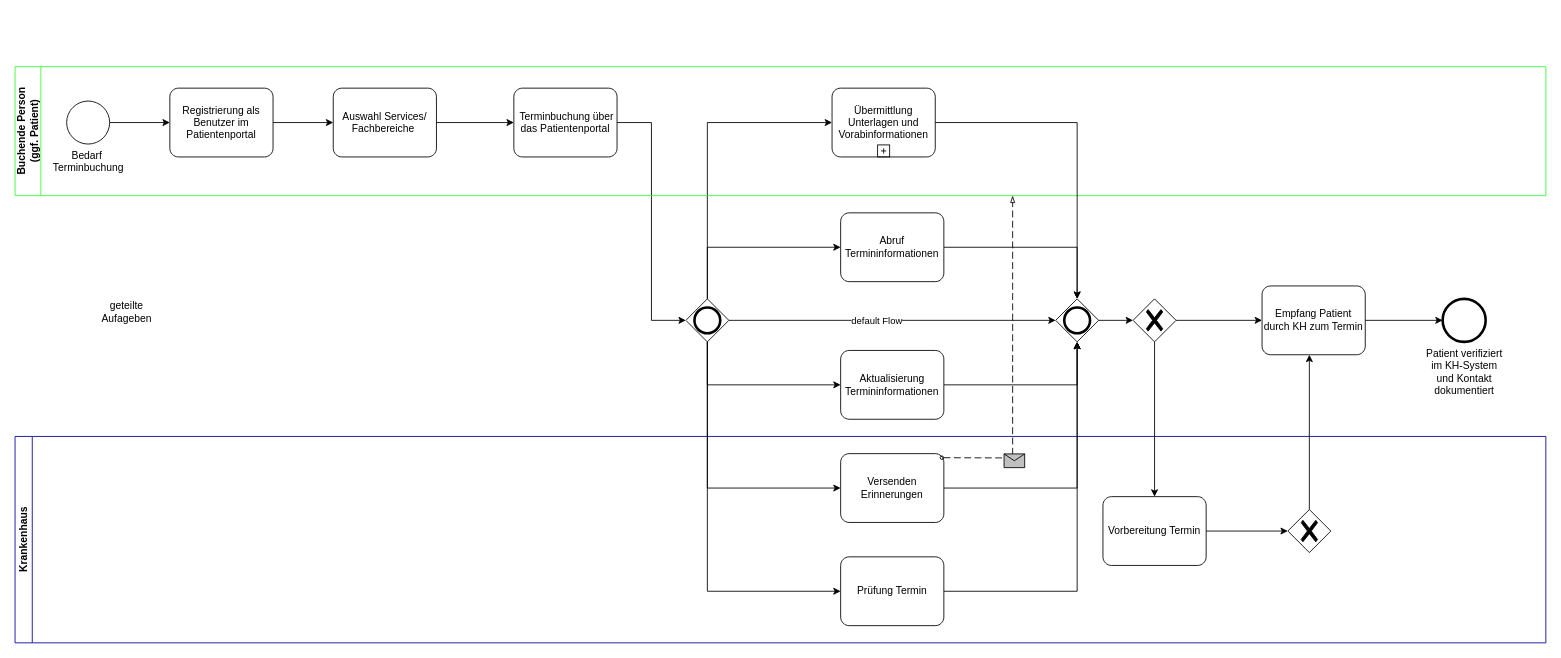
The draw.io diagram Material/Terminplanung/images/diagrams/buchung-termin-portal.drawio.xml in gematik/spec-ISiK-Basismodul, before the edit. Source tidied: cells renumbered, new cells numbered last; positions are measured from the earlier drawing's top-left corner, leaving out a move shared by most shapes. Both pictures are drawn from the tidied source at 86%, with x=0, y=0 at pixel (15, 66).
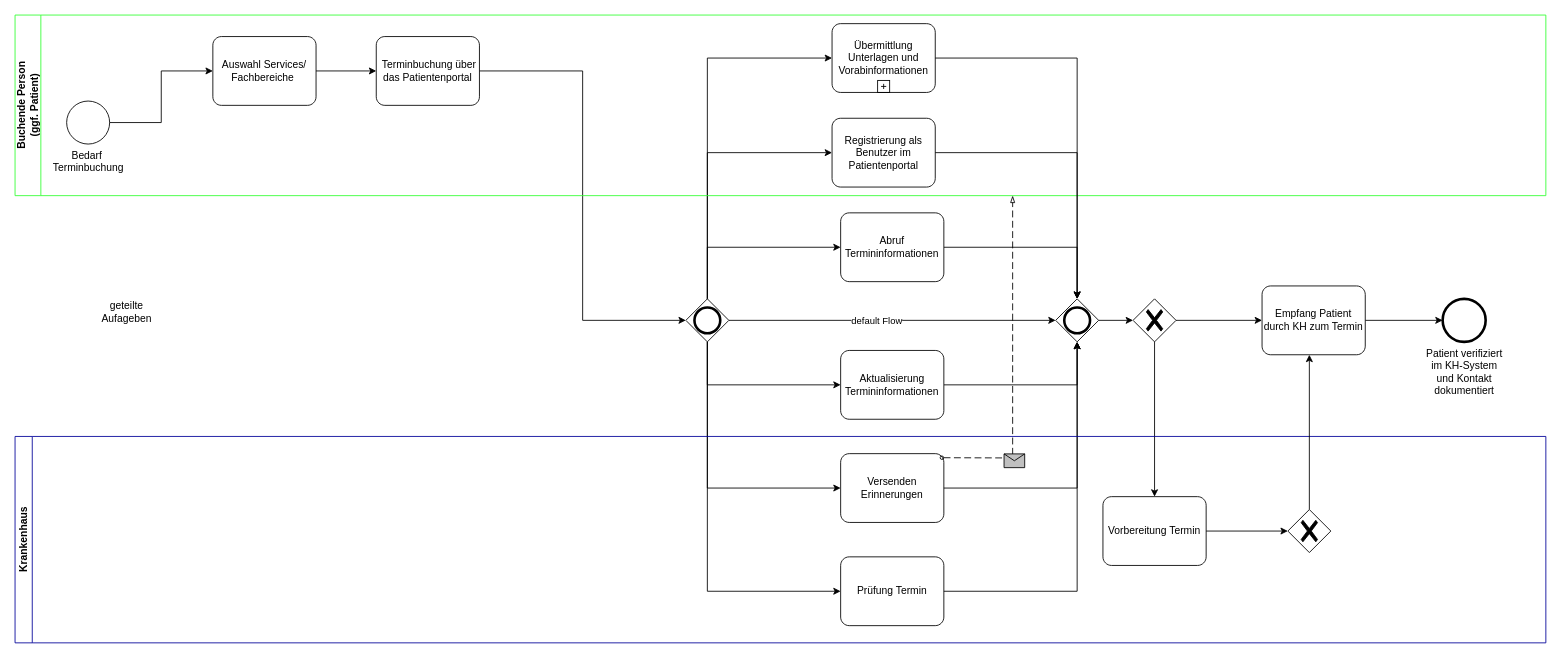
Above is the later version.

Commit message (it also covers changes not shown here):
Stufe - 5 Termin - Change registration order for sequence (#764)

The change refers to these unchanged cells:
```xml
<mxCell id="3" value="&lt;div&gt;Bedarf&amp;nbsp;&lt;/div&gt;&lt;div&gt;Terminbuchung&lt;/div&gt;" style="points=[[0.145,0.145,0],[0.5,0,0],[0.855,0.145,0],[1,0.5,0],[0.855,0.855,0],[0.5,1,0],[0.145,0.855,0],[0,0.5,0]];shape=mxgraph.bpmn.event;html=1;verticalLabelPosition=bottom;labelBackgroundColor=#ffffff;verticalAlign=top;align=center;perimeter=ellipsePerimeter;outlineConnect=0;outline=standard;symbol=general;" parent="1" vertex="1">
  <mxGeometry x="60" y="40" width="50" height="50" as="geometry" />
</mxCell>
<mxCell id="14" style="points=[[0.25,0.25,0],[0.5,0,0],[0.75,0.25,0],[1,0.5,0],[0.75,0.75,0],[0.5,1,0],[0.25,0.75,0],[0,0.5,0]];shape=mxgraph.bpmn.gateway2;html=1;verticalLabelPosition=bottom;labelBackgroundColor=#ffffff;verticalAlign=top;align=center;perimeter=rhombusPerimeter;outlineConnect=0;outline=end;symbol=general;" parent="1" vertex="1">
  <mxGeometry x="780" y="270" width="50" height="50" as="geometry" />
</mxCell>
<mxCell id="16" value="Versenden Erinnerungen" style="points=[[0.25,0,0],[0.5,0,0],[0.75,0,0],[1,0.25,0],[1,0.5,0],[1,0.75,0],[0.75,1,0],[0.5,1,0],[0.25,1,0],[0,0.75,0],[0,0.5,0],[0,0.25,0]];shape=mxgraph.bpmn.task;whiteSpace=wrap;rectStyle=rounded;size=10;html=1;taskMarker=abstract;" parent="1" vertex="1">
  <mxGeometry x="960" y="450" width="120" height="80" as="geometry" />
</mxCell>
<mxCell id="28" style="points=[[0.25,0.25,0],[0.5,0,0],[0.75,0.25,0],[1,0.5,0],[0.75,0.75,0],[0.5,1,0],[0.25,0.75,0],[0,0.5,0]];shape=mxgraph.bpmn.gateway2;html=1;verticalLabelPosition=bottom;labelBackgroundColor=#ffffff;verticalAlign=top;align=center;perimeter=rhombusPerimeter;outlineConnect=0;outline=end;symbol=general;" parent="1" vertex="1">
  <mxGeometry x="1210" y="270" width="50" height="50" as="geometry" />
</mxCell>
```

What changed in the source:
```diff
@@
-    <mxCell id="2" style="edgeStyle=orthogonalEdgeStyle;rounded=0;jettySize=auto;html=1;exitX=1;exitY=0.5;exitDx=0;exitDy=0;exitPerimeter=0;" parent="1" edge="1" source="3" target="4">
-      <mxGeometry relative="1" as="geometry" />
-    </mxCell>
@@
-    <mxCell id="4" value="Registrierung als Benutzer im Patientenportal" style="points=[[0.25,0,0],[0.5,0,0],[0.75,0,0],[1,0.25,0],[1,0.5,0],[1,0.75,0],[0.75,1,0],[0.5,1,0],[0.25,1,0],[0,0.75,0],[0,0.5,0],[0,0.25,0]];shape=mxgraph.bpmn.task;whiteSpace=wrap;rectStyle=rounded;size=10;html=1;taskMarker=abstract;" parent="1" vertex="1">
-      <mxGeometry x="180" y="25" width="120" height="80" as="geometry" />
-    </mxCell>
-    <mxCell id="5" value="Auswahl Services/ Fachbereiche&amp;nbsp;" style="points=[[0.25,0,0],[0.5,0,0],[0.75,0,0],[1,0.25,0],[1,0.5,0],[1,0.75,0],[0.75,1,0],[0.5,1,0],[0.25,1,0],[0,0.75,0],[0,0.5,0],[0,0.25,0]];shape=mxgraph.bpmn.task;whiteSpace=wrap;rectStyle=rounded;size=10;html=1;taskMarker=abstract;" parent="1" vertex="1">
-      <mxGeometry x="370" y="25" width="120" height="80" as="geometry" />
-    </mxCell>
-    <mxCell id="6" value="&amp;nbsp;Terminbuchung über das Patientenportal" style="points=[[0.25,0,0],[0.5,0,0],[0.75,0,0],[1,0.25,0],[1,0.5,0],[1,0.75,0],[0.75,1,0],[0.5,1,0],[0.25,1,0],[0,0.75,0],[0,0.5,0],[0,0.25,0]];shape=mxgraph.bpmn.task;whiteSpace=wrap;rectStyle=rounded;size=10;html=1;taskMarker=abstract;" parent="1" vertex="1">
-      <mxGeometry x="580" y="25" width="120" height="80" as="geometry" />
-    </mxCell>
@@
-    <mxCell id="9" style="edgeStyle=orthogonalEdgeStyle;rounded=0;jettySize=auto;html=1;" parent="1" edge="1" source="14" target="25">
-      <mxGeometry relative="1" as="geometry">
-        <Array as="points">
-          <mxPoint x="805" y="65" />
-        </Array>
-      </mxGeometry>
-    </mxCell>
+    <mxCell id="45" style="edgeStyle=orthogonalEdgeStyle;rounded=0;jettySize=auto;html=1;" parent="1" edge="1" source="14" target="4">
+      <mxGeometry relative="1" as="geometry">
+        <Array as="points">
+          <mxPoint x="805" y="100" />
+        </Array>
+      </mxGeometry>
+    </mxCell>
@@
+    <mxCell id="9" style="edgeStyle=orthogonalEdgeStyle;rounded=0;jettySize=auto;html=1;" parent="1" edge="1" source="14" target="25">
+      <mxGeometry relative="1" as="geometry">
+        <Array as="points">
+          <mxPoint x="805" y="-10" />
+        </Array>
+      </mxGeometry>
+    </mxCell>
@@
-    <mxCell id="17" style="edgeStyle=orthogonalEdgeStyle;rounded=0;jettySize=auto;html=1;exitX=1;exitY=0.5;exitDx=0;exitDy=0;exitPerimeter=0;entryX=0;entryY=0.5;entryDx=0;entryDy=0;entryPerimeter=0;" parent="1" edge="1" source="4" target="5">
-      <mxGeometry relative="1" as="geometry" />
-    </mxCell>
-    <mxCell id="18" style="edgeStyle=orthogonalEdgeStyle;rounded=0;jettySize=auto;html=1;exitX=1;exitY=0.5;exitDx=0;exitDy=0;exitPerimeter=0;entryX=0;entryY=0.5;entryDx=0;entryDy=0;entryPerimeter=0;" parent="1" edge="1" source="5" target="6">
-      <mxGeometry relative="1" as="geometry" />
-    </mxCell>
+    <mxCell id="46" style="edgeStyle=orthogonalEdgeStyle;rounded=0;jettySize=auto;html=1;entryX=0;entryY=0.5;entryDx=0;entryDy=0;entryPerimeter=0;" parent="1" edge="1" source="3" target="5">
+      <mxGeometry relative="1" as="geometry" />
+    </mxCell>
@@
     <mxCell id="24" value="Buchende Person&lt;br&gt;(ggf. Patient)" style="swimlane;startSize=30;horizontal=0;html=1;whiteSpace=wrap;strokeColor=#33FF33;" parent="1" vertex="1">
-      <mxGeometry width="1780" height="150" as="geometry" />
+      <mxGeometry y="-60" width="1780" height="210" as="geometry" />
     </mxCell>
     <mxCell id="25" value="Übermittlung Unterlagen und Vorabinformationen" style="points=[[0.25,0,0],[0.5,0,0],[0.75,0,0],[1,0.25,0],[1,0.5,0],[1,0.75,0],[0.75,1,0],[0.5,1,0],[0.25,1,0],[0,0.75,0],[0,0.5,0],[0,0.25,0]];shape=mxgraph.bpmn.task;whiteSpace=wrap;rectStyle=rounded;size=10;html=1;taskMarker=abstract;isLoopSub=1;" parent="24" vertex="1">
-      <mxGeometry x="950" y="25" width="120" height="80" as="geometry" />
+      <mxGeometry x="950" y="10" width="120" height="80" as="geometry" />
     </mxCell>
+    <mxCell id="5" value="Auswahl Services/ Fachbereiche&amp;nbsp;" style="points=[[0.25,0,0],[0.5,0,0],[0.75,0,0],[1,0.25,0],[1,0.5,0],[1,0.75,0],[0.75,1,0],[0.5,1,0],[0.25,1,0],[0,0.75,0],[0,0.5,0],[0,0.25,0]];shape=mxgraph.bpmn.task;whiteSpace=wrap;rectStyle=rounded;size=10;html=1;taskMarker=abstract;" parent="24" vertex="1">
+      <mxGeometry x="230" y="25" width="120" height="80" as="geometry" />
+    </mxCell>
+    <mxCell id="6" value="&amp;nbsp;Terminbuchung über das Patientenportal" style="points=[[0.25,0,0],[0.5,0,0],[0.75,0,0],[1,0.25,0],[1,0.5,0],[1,0.75,0],[0.75,1,0],[0.5,1,0],[0.25,1,0],[0,0.75,0],[0,0.5,0],[0,0.25,0]];shape=mxgraph.bpmn.task;whiteSpace=wrap;rectStyle=rounded;size=10;html=1;taskMarker=abstract;" parent="24" vertex="1">
+      <mxGeometry x="420" y="25" width="120" height="80" as="geometry" />
+    </mxCell>
+    <mxCell id="18" style="edgeStyle=orthogonalEdgeStyle;rounded=0;jettySize=auto;html=1;exitX=1;exitY=0.5;exitDx=0;exitDy=0;exitPerimeter=0;entryX=0;entryY=0.5;entryDx=0;entryDy=0;entryPerimeter=0;" parent="24" edge="1" source="5" target="6">
+      <mxGeometry relative="1" as="geometry" />
+    </mxCell>
+    <mxCell id="4" value="Registrierung als Benutzer im Patientenportal" style="points=[[0.25,0,0],[0.5,0,0],[0.75,0,0],[1,0.25,0],[1,0.5,0],[1,0.75,0],[0.75,1,0],[0.5,1,0],[0.25,1,0],[0,0.75,0],[0,0.5,0],[0,0.25,0]];shape=mxgraph.bpmn.task;whiteSpace=wrap;rectStyle=rounded;size=10;html=1;taskMarker=abstract;" parent="24" vertex="1">
+      <mxGeometry x="950" y="120" width="120" height="80" as="geometry" />
+    </mxCell>
@@
-    <mxCell id="43" style="endArrow=blockThin;html=1;labelPosition=left;verticalLabelPosition=middle;align=right;verticalAlign=middle;dashed=1;dashPattern=8 4;endFill=0;startArrow=oval;startFill=0;endSize=6;startSize=4;rounded=0;exitX=0.981;exitY=0.059;exitDx=0;exitDy=0;exitPerimeter=0;" parent="1" edge="1" source="16">
-      <mxGeometry relative="1" as="geometry">
-        <mxPoint x="1160" y="150" as="targetPoint" />
-        <Array as="points">
-          <mxPoint x="1160" y="455" />
-        </Array>
-      </mxGeometry>
-    </mxCell>
-    <mxCell id="44" style="shape=message;html=1;labelPosition=left;verticalLabelPosition=middle;align=right;verticalAlign=middle;spacingRight=5;labelBackgroundColor=#ffffff;fillColor=#C0C0C0;" parent="43" vertex="1">
-      <mxGeometry width="24" height="16" relative="1" as="geometry">
-        <mxPoint x="-10" y="107" as="offset" />
-      </mxGeometry>
-    </mxCell>
+    <mxCell id="47" style="endArrow=blockThin;html=1;labelPosition=left;verticalLabelPosition=middle;align=right;verticalAlign=middle;dashed=1;dashPattern=8 4;endFill=0;startArrow=oval;startFill=0;endSize=6;startSize=4;rounded=0;exitX=0.981;exitY=0.059;exitDx=0;exitDy=0;exitPerimeter=0;" parent="1" edge="1" source="16">
+      <mxGeometry relative="1" as="geometry">
+        <mxPoint x="1160" y="150" as="targetPoint" />
+        <Array as="points">
+          <mxPoint x="1160" y="455" />
+        </Array>
+      </mxGeometry>
+    </mxCell>
+    <mxCell id="48" style="shape=message;html=1;labelPosition=left;verticalLabelPosition=middle;align=right;verticalAlign=middle;spacingRight=5;labelBackgroundColor=#ffffff;fillColor=#C0C0C0;" parent="47" vertex="1">
+      <mxGeometry width="24" height="16" relative="1" as="geometry">
+        <mxPoint x="-10" y="107" as="offset" />
+      </mxGeometry>
+    </mxCell>
+    <mxCell id="49" style="edgeStyle=orthogonalEdgeStyle;rounded=0;jettySize=auto;html=1;" parent="1" edge="1" source="4" target="28">
+      <mxGeometry relative="1" as="geometry" />
+    </mxCell>
```
